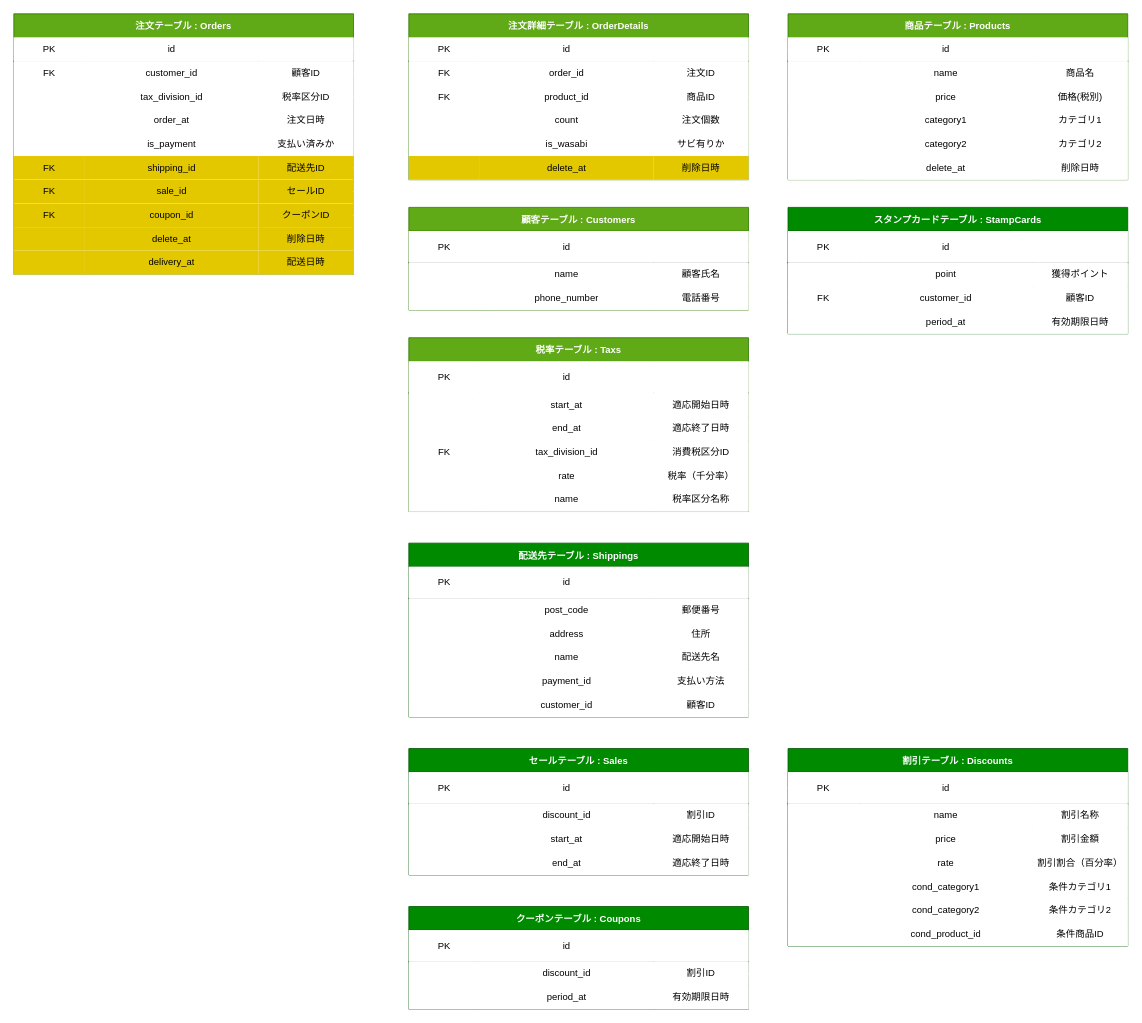
Above: DBモデリング1/assets/task3.drawio in k-takeuchi220/praha-challenge (draw.io), before the change. Source tidied: cells renumbered, new cells numbered last; positions are measured from the earlier drawing's top-left corner, leaving out a move shared by most shapes. Both pictures are drawn from the tidied source at 79%, with x=0, y=0 at pixel (13, 13).
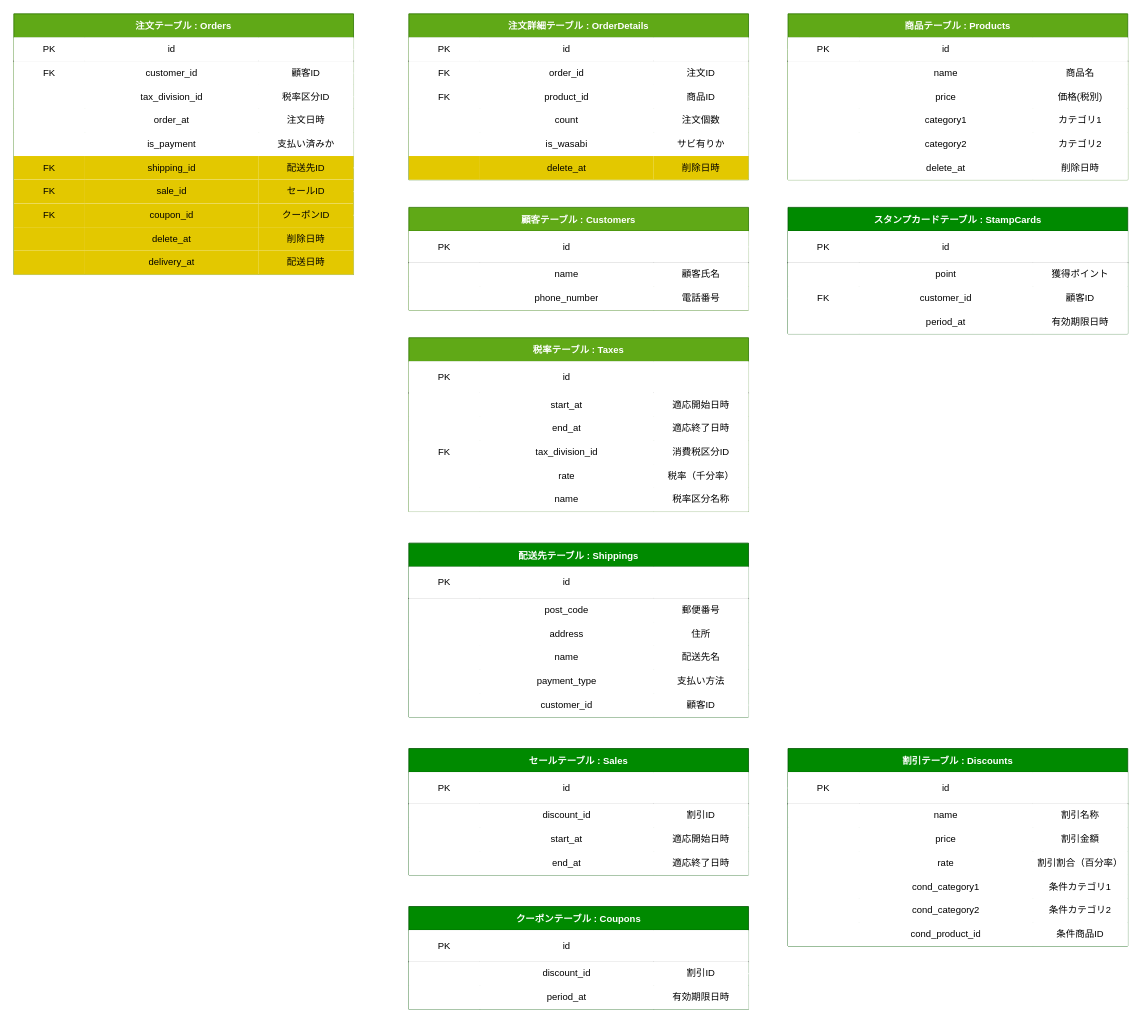
Above is the later version.

The change refers to these unchanged cells:
```xml
<mxCell id="212" style="shape=partialRectangle;html=1;whiteSpace=wrap;top=0;left=0;bottom=0;right=0;" parent="195" vertex="1">
  <mxGeometry y="160" width="430" height="30" as="geometry" />
</mxCell>
```

The edit, as a diff of the source:
```diff
@@
-    <mxCell id="107" value="税率テーブル : Taxs" style="shape=table;startSize=30;childLayout=tableLayout;rowLines=0;fontStyle=1;align=center;fillColor=#60a917;fontColor=#ffffff;strokeColor=#2D7600;" parent="1" vertex="1">
+    <mxCell id="107" value="税率テーブル : Taxes" style="shape=table;startSize=30;childLayout=tableLayout;rowLines=0;fontStyle=1;align=center;fillColor=#60a917;fontColor=#ffffff;strokeColor=#2D7600;" parent="1" vertex="1">
       <mxGeometry x="500" y="410" width="430" height="220" as="geometry" />
     </mxCell>
@@
-    <mxCell id="214" value="payment_id" style="shape=partialRectangle;html=1;whiteSpace=wrap;top=0;left=0;bottom=0;right=0;overflow=hidden;align=center;labelPosition=center;verticalLabelPosition=middle;verticalAlign=middle;" parent="212" vertex="1">
+    <mxCell id="214" value="payment_type" style="shape=partialRectangle;html=1;whiteSpace=wrap;top=0;left=0;bottom=0;right=0;overflow=hidden;align=center;labelPosition=center;verticalLabelPosition=middle;verticalAlign=middle;" parent="212" vertex="1">
       <mxGeometry x="90" width="220" height="30" as="geometry" />
     </mxCell>
```
